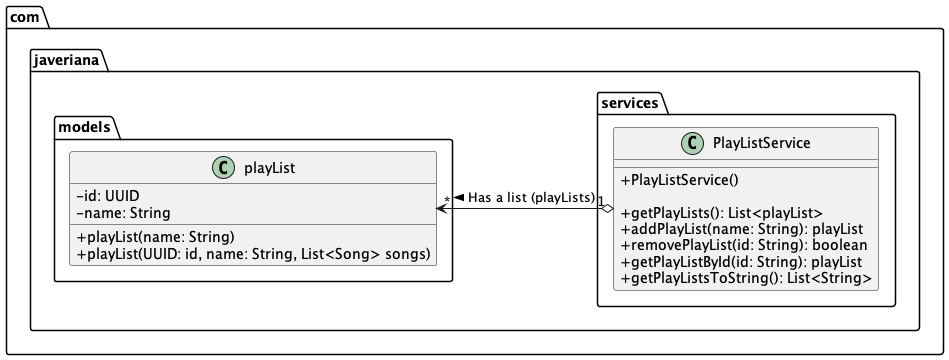
clase-programacion-avanzada/JAVA-Workshop-7 keeps this PlantUML diagram as assets/workshop7-diagram-playlistService-spotify.png. Above is the earlier version.
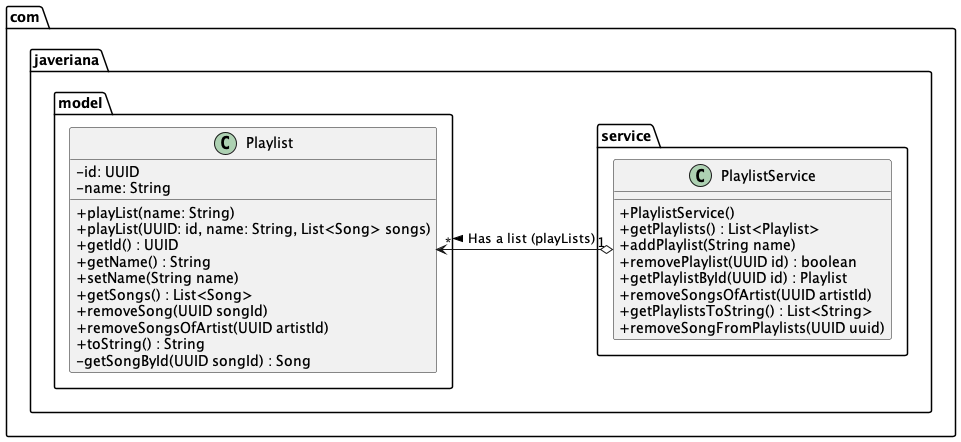
The same diagram one commit later.

What changed in the source:
```diff
@@ -1,6 +1,6 @@
 @startuml
 skinparam classAttributeIconSize 0
-class com.javeriana.models.Artist $Artist {
+class com.javeriana.model.Artist $Artist {
     - id: UUID
     - name: String
 
@@ -8,7 +8,7 @@
     + Artist(name: String)
 }
 
-class com.javeriana.models.Customer $Customer {
+class com.javeriana.model.Customer $Customer {
     - id: UUID
     - username: String
     - password: String
@@ -18,87 +18,136 @@
 
     + Customer(username: String, password: String, name: String, lastName: String, age: int)
     + Customer(UUID: id, username: String, password: String, name: String, lastName: String, age: int, List<Artist> followedArtists, List<playList> playLists)
+
+
+    + getId() : UUID
+    + getUsername() : String
+    + setUsername(String username)
+    + getPassword() : String
+    + setPassword(String password)
+    + getName() : String
+    + setName(String name)
+    + getLastName() : String
+    + setLastName(String lastName)
+    + getAge() : int
+    + setAge(int age)
+    + addArtist(Artist artist) : boolean
+    + removePlaylist(UUID id) : boolean
+    + removeArtist(UUID artistId)
+    + removeSongFromPlayLists(UUID songId)
+    + toString() : String
+    - getPlaylistById(UUID id) : Playlist
+    - getArtistById(UUID id) : Artist
 }
 
-class com.javeriana.models.playList $PlayList {
+class com.javeriana.model.Playlist $Playlist {
     - id: UUID
     - name: String
 
     + playList(name: String)
     + playList(UUID: id, name: String, List<Song> songs)
+
+
+    + getId() : UUID
+    + getName() : String
+    + setName(String name)
+    + getSongs() : List<Song>
+    + removeSong(UUID songId)
+    + removeSongsOfArtist(UUID artistId)
+    + toString() : String
+    - getSongById(UUID songId) : Song
 }
 
-class com.javeriana.models.Song $Song {
+class com.javeriana.model.Song $Song {
     - id: UUID
     - name: String
     - genre: String
     - durationInSeconds: int
     - album: String
 
-    + Song(name: String, genre: String, durationInSeconds: int, album: String)
-    + Song(UUID: id, name: String, genre: String, durationInSeconds: int, album: String, List<Artist> artists)
+    + Song(String name, String genre, int durationInSeconds, String album, List<Artist> artists)
+    + Song(UUID id, String name, String genre, int durationInSeconds, String album, List<Artist> artists)
+    + getId() : UUID
+    + getName() : String
+    + setName(String name)
+    + getGenre() : String
+    + setGenre(String genre)
+    + getDurationInSeconds() : int
+    + setDurationInSeconds(int durationInSeconds)
+    + getAlbum() : String
+    + setAlbum(String album)
+    + getArtists() : List<Artist>
+    + hasArtist(UUID artistId) : boolean
+    + toString() : String
 }
 
-class com.javeriana.services.ArtistService $ArtistService {
+class com.javeriana.service.ArtistService $ArtistService {
 
     + ArtistService()
 
-    + getArtists(): List<Artist>
-    + addArtist(name: String): Artist
-    + removeArtist(id: String): boolean
-    + getArtistById(id: String): Artist
-    + getArtistsToString(): List<String>
+
+    + getArtists() : List<Artist>
+    + addArtist(String name) : Artist
+    + getArtistById(UUID id) : Artist
+    + removeArtist(UUID id) : boolean
+    + getArtistsToString() : List<String>
+    + getArtistsByIds(List<UUID> artists) : List<Artist>
 }
 
-class com.javeriana.services.CustomerAdminService $CustomerAdminService {
+class com.javeriana.service.CustomerAdminService $CustomerAdminService {
 
     + CustomerAdminService()
 
-    + getCustomers(): List<Customer>
-    + addCustomer(username: String, password: String, name: String, lastName: String, age: int): Customer
-    + removeCustomer(id: String): boolean
-    + getCustomerById(id: String): Customer
-    + getCustomersToString(): List<String>
+
+    + getCustomers() : List<Customer>
+    + addCustomer(String username, String password, String name, String lastName, int age)
+    + removeCustomer(UUID id) : boolean
+    + getCustomerById(UUID id) : Customer
+    + getCustomersToString() : List<String>
+    + removePlaylistFromCustomers(UUID playlistId)
+    + removeArtistFromCustomers(UUID artistId)
 }
 
-class com.javeriana.services.SongService $SongService {
+class com.javeriana.service.SongService $SongService {
 
     + SongService()
 
-    + getSongs(): List<Song>
-    + addSong(name: String, genre: String, durationInSeconds: int, album: String, List<Artist>): Song
-    + removeSong(id: String): boolean
-    + getSongById(id: String): Song
-    + getSongsToString(): List<String>
+
+    + getSongs() : List<Song>
+    + addSong(String name, String genre, int durationInSeconds, String album, List<Artist> artists)
+    + removeSong(UUID songId) : boolean
+    + getSongById(UUID songId) : Song
+    + removeSongsOfArtist(UUID artistId)
+    + getSongsToString() : List<String>
 }
 
-class com.javeriana.services.PlayListService $PlayListService {
+class com.javeriana.service.PlaylistService $PlaylistService {
 
-    + PlayListService()
-
-    + getPlayLists(): List<playList>
-    + addPlayList(name: String): playList
-    + removePlayList(id: String): boolean
-    + getPlayListById(id: String): playList
-    + getPlayListsToString(): List<String>
+    + PlaylistService()
+    + getPlaylists() : List<Playlist>
+    + addPlaylist(String name)
+    + removePlaylist(UUID id) : boolean
+    + getPlaylistById(UUID id) : Playlist
+    + removeSongsOfArtist(UUID artistId)
+    + getPlaylistsToString() : List<String>
+    + removeSongFromPlaylists(UUID uuid)
 }
 
-class com.javeriana.controllers.AdminController $AdminController {
+class com.javeriana.controller.AdminController $AdminController {
 
-    + AdminController(artistService: ArtistService, customerAdminService: CustomerAdminService, songService: SongService, playListService: PlayListService)
-
-    + addArtist(name: String): void
-    + removeArtist(id: String): void
-    + addCustomer(username: String, password: String, name: String, lastName: String, age: int): void
-    + removeCustomer(id: String): void
-    + addSong(name: String, genre: String, durationInSeconds: int, album: String, List<Artist>): void
-    + removeSong(id: String): void
-    + addPlayList(name: String): void
-    + removePlayList(id: String): void
-    + getCustomersToString(): List<String>
-    + getSongsToString(): List<String>
-    + getArtistsToString(): List<String>
-    + getPlayListsToString(): List<String>
+     + AdminController(ArtistService artistService, CustomerAdminService customerAdminService, SongService songService, PlaylistService playlistService)
+     + addArtist(String name)
+     + removeArtist(String id)
+     + addCustomer(String username, String password, String name, String lastName, int age)
+     + removeCustomer(String id)
+     + addSong(String name, String genre, int durationInSeconds, String album, List<String> artistIds)
+     + removeSong(String id)
+     + addPlaylist(String name)
+     + removePlaylist(String id)
+     + getArtistsToString() : List<String>
+     + getCustomersToString() : List<String>
+     + getSongsToString() : List<String>
+     + getPlaylistsToString() : List<String>
 
 }
 
@@ -106,21 +155,20 @@
 
     - scanner : Scanner
 
-    + AdminView(adminController: AdminController)
-
-    + showMenu(): void
-    + addArtist(): void
-    + removeArtist(): void
-    + addCustomer(): void
-    + removeCustomer(): void
-    + addSong(): void
-    + removeSong(): void
-    + addPlayList(): void
-    + removePlayList(): void
-    + showCustomers(): void
-    + showSongs(): void
-    + showArtists(): void
-    + showPlayLists(): void
+    + AdminView(AdminController adminController, Scanner scanner)
+    + showMenu()
+    - showPlaylists()
+    - showArtists()
+    - showCustomers()
+    - showSongs()
+    - removePlaylist()
+    - addPlaylist()
+    - addCustomer()
+    - removeCustomer()
+    - removeSong()
+    - addSong()
+    - removeArtist()
+    - addArtist()
 }
 
 class Main $Main {
@@ -131,24 +179,25 @@
 
 }
 
-com.javeriana.models.Customer "1" o-> "0..*" com.javeriana.models.playList : Has a list (playLists) >
-com.javeriana.models.Customer "1" o--> "0..*" com.javeriana.models.Artist : Has a list (followedArtists) >
-com.javeriana.models.playList "1" o--> "0..*" com.javeriana.models.Song : Has a list (songs) >
-com.javeriana.models.Song "1" *-> "1..*" com.javeriana.models.Artist : Has a list (artists) >
+com.javeriana.model.Customer "1" o-> "0..*" com.javeriana.model.Playlist : Has a list (playlists) >
+com.javeriana.model.Customer "1" o--> "0..*" com.javeriana.model.Artist : Has a list (followedArtists) >
+com.javeriana.model.Playlist "1" o--> "0..*" com.javeriana.model.Song : Has a list (songs) >
+com.javeriana.model.Song "1" *-> "1..*" com.javeriana.model.Artist : Has a list (artists) >
 
-com.javeriana.services.ArtistService "1" o--> "*" com.javeriana.models.Artist : Has a list (artists) >
-com.javeriana.services.CustomerAdminService "1" o--> "*" com.javeriana.models.Customer : Has a list (customers) >
-com.javeriana.services.SongService "1" o-> "*" com.javeriana.models.Song : Has a list (songs) >
-com.javeriana.services.PlayListService "1" o-> "*" com.javeriana.models.playList : Has a list (playLists) >
+com.javeriana.service.ArtistService "1" o--> "*" com.javeriana.model.Artist : Has a list (artists) >
+com.javeriana.service.CustomerAdminService "1" o--> "*" com.javeriana.model.Customer : Has a list (customers) >
+com.javeriana.service.SongService "1" o-> "*" com.javeriana.model.Song : Has a list (songs) >
+com.javeriana.service.PlaylistService "1" o-> "*" com.javeriana.model.Playlist : Has a list (playLists) >
 
-com.javeriana.controllers.AdminController "1" *--> "1" com.javeriana.services.ArtistService : Uses >
-com.javeriana.controllers.AdminController "1" *--> "1" com.javeriana.services.CustomerAdminService : Uses >
-com.javeriana.controllers.AdminController "1" *--> "1" com.javeriana.services.SongService : Uses >
-com.javeriana.controllers.AdminController "1" *--> "1" com.javeriana.services.PlayListService : Uses >
+com.javeriana.controller.AdminController "1" *--> "1" com.javeriana.service.ArtistService : Uses >
+com.javeriana.controller.AdminController "1" *--> "1" com.javeriana.service.CustomerAdminService : Uses >
+com.javeriana.controller.AdminController "1" *--> "1" com.javeriana.service.SongService : Uses >
+com.javeriana.controller.AdminController "1" *--> "1" com.javeriana.service.PlaylistService : Uses >
 
-com.javeriana.views.AdminView "1" *--> "1" com.javeriana.controllers.AdminController : Uses >
+com.javeriana.views.AdminView "1" *--> "1" com.javeriana.controller.AdminController : Uses >
 
 Main -down-> AdminView : Creates >
+
 
 
 
@@ -169,4 +218,5 @@
 
 
 
+
 @enduml
```
